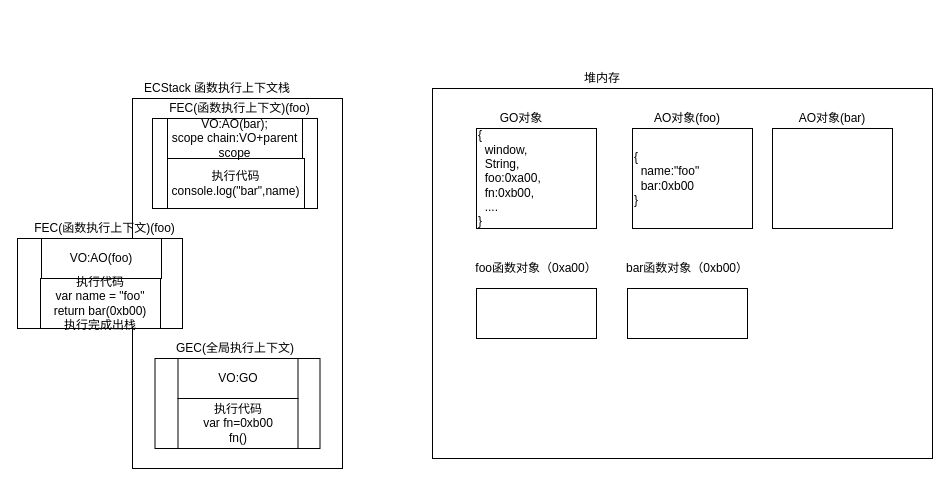
This is 04_learn_closure/flowChart/cognitiveClosure.drawio from 98lxh/JavaScript-Basic, a draw.io file, before an edit. Source tidied: cells renumbered, new cells numbered last; positions are measured from the earlier drawing's top-left corner, leaving out a move shared by most shapes. Both pictures are drawn from the tidied source at 100%, with x=0, y=0 at pixel (17, 68).
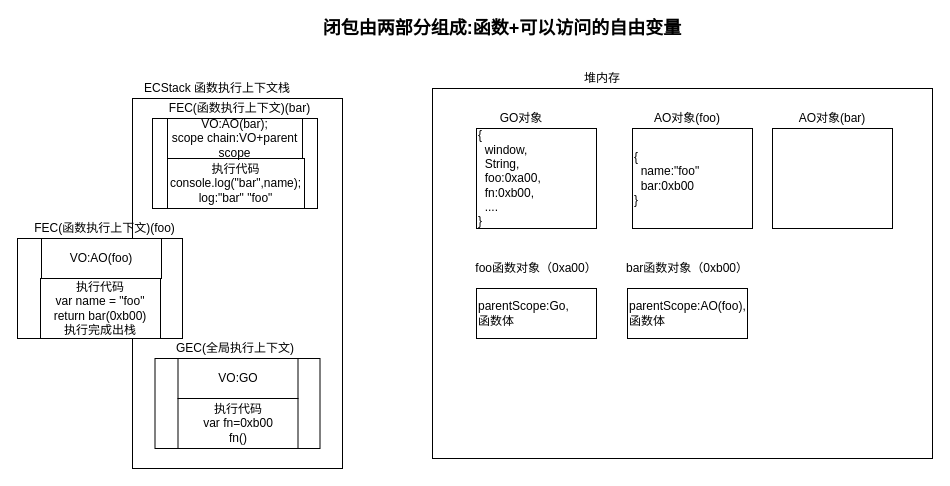
Above is the later version.

The edit, as a diff of the source:
```diff
@@
-    <mxCell id="8" style="rounded=0;whiteSpace=wrap;html=1;align=left;" parent="1" vertex="1">
+    <mxCell id="8" value="parentScope:Go,&lt;br&gt;函数体" style="rounded=0;whiteSpace=wrap;html=1;align=left;" parent="1" vertex="1">
       <mxGeometry x="459" y="220" width="120" height="50" as="geometry" />
     </mxCell>
@@
-    <mxCell id="16" style="rounded=0;whiteSpace=wrap;html=1;align=left;" parent="1" vertex="1">
+    <mxCell id="16" value="&lt;span&gt;parentScope:AO(foo),&lt;/span&gt;&lt;br&gt;&lt;span&gt;函数体&lt;/span&gt;" style="rounded=0;whiteSpace=wrap;html=1;align=left;" parent="1" vertex="1">
       <mxGeometry x="610" y="220" width="120" height="50" as="geometry" />
     </mxCell>
@@
     <mxCell id="18" style="rounded=0;whiteSpace=wrap;html=1;" parent="1" vertex="1">
-      <mxGeometry y="170" width="165" height="90" as="geometry" />
+      <mxGeometry y="170" width="165" height="100" as="geometry" />
     </mxCell>
@@
     <mxCell id="21" value="执行代码&lt;br&gt;var name = &quot;foo&quot;&lt;br&gt;return bar(0xb00)&lt;br&gt;执行完成出栈" style="rounded=0;whiteSpace=wrap;html=1;" parent="1" vertex="1">
-      <mxGeometry x="23" y="210" width="120" height="50" as="geometry" />
+      <mxGeometry x="23" y="210" width="120" height="60" as="geometry" />
     </mxCell>
@@
-    <mxCell id="23" value="FEC(函数执行上下文)(foo)" style="text;html=1;strokeColor=none;fillColor=none;align=center;verticalAlign=middle;whiteSpace=wrap;rounded=0;" parent="1" vertex="1">
+    <mxCell id="23" value="FEC(函数执行上下文)(bar)" style="text;html=1;strokeColor=none;fillColor=none;align=center;verticalAlign=middle;whiteSpace=wrap;rounded=0;" parent="1" vertex="1">
       <mxGeometry x="150" y="30" width="145" height="20" as="geometry" />
     </mxCell>
-    <mxCell id="24" value="执行代码&lt;br&gt;console.log(&quot;bar&quot;,name)" style="rounded=0;whiteSpace=wrap;html=1;" parent="1" vertex="1">
+    <mxCell id="24" value="执行代码&lt;br&gt;console.log(&quot;bar&quot;,name);&lt;br&gt;log:&quot;bar&quot; &quot;foo&quot;" style="rounded=0;whiteSpace=wrap;html=1;" parent="1" vertex="1">
       <mxGeometry x="150" y="90" width="137" height="50" as="geometry" />
     </mxCell>
@@
+    <mxCell id="28" value="&lt;b&gt;&lt;font style=&quot;font-size: 18px&quot;&gt;闭包由两部分组成:函数+可以访问的自由变量&lt;/font&gt;&lt;/b&gt;" style="text;html=1;strokeColor=none;fillColor=none;align=center;verticalAlign=middle;whiteSpace=wrap;rounded=0;" parent="1" vertex="1">
+      <mxGeometry x="295" y="-50" width="380" height="20" as="geometry" />
+    </mxCell>
```
